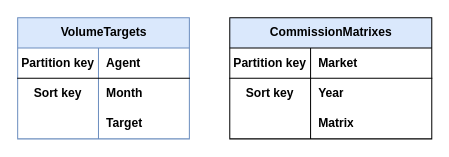
The draw.io diagram database.drawio in Skyvell/bmw-commision-design, before the edit. Source tidied: cells renumbered, new cells numbered last; positions are measured from the earlier drawing's top-left corner, leaving out a move shared by most shapes. Both pictures are drawn from the tidied source at 101%, with x=0, y=0 at pixel (17, 17).
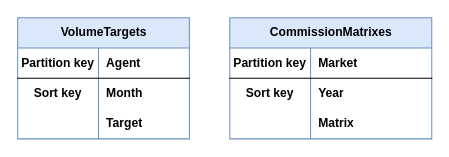
The same page after the edit.

Commit message (it also covers changes not shown here):
Database design, change image.

Diff of the diagram source:
```diff
@@
-    <mxCell id="12" value="CommissionMatrixes" style="shape=table;startSize=30;childLayout=tableLayout;rowLines=0;fontStyle=1;align=center;html=1;fillColor=#dae8fc;strokeColor=default;" parent="1" vertex="1">
+    <mxCell id="12" value="CommissionMatrixes" style="shape=table;startSize=30;childLayout=tableLayout;rowLines=0;fontStyle=1;align=center;html=1;fillColor=#dae8fc;strokeColor=#6c8ebf;" parent="1" vertex="1">
       <mxGeometry x="210" width="200" height="120" as="geometry" />
     </mxCell>
```
